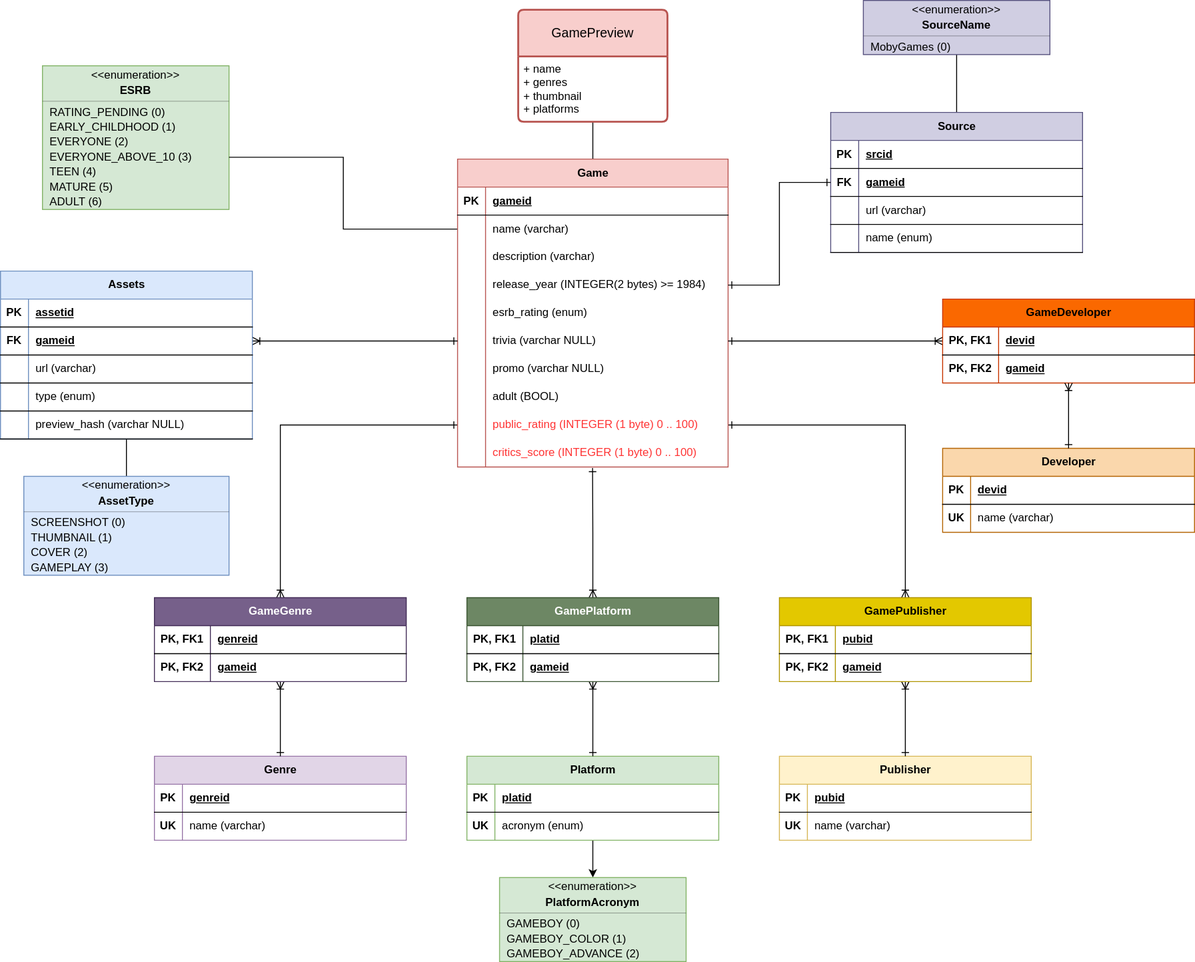
Above: database/schema.svg in freitzzz/gameboy-db-api (draw.io), before the change. Source tidied: cells renumbered, new cells last; positions are measured from the earlier drawing's top-left corner, leaving out a move shared by most shapes.
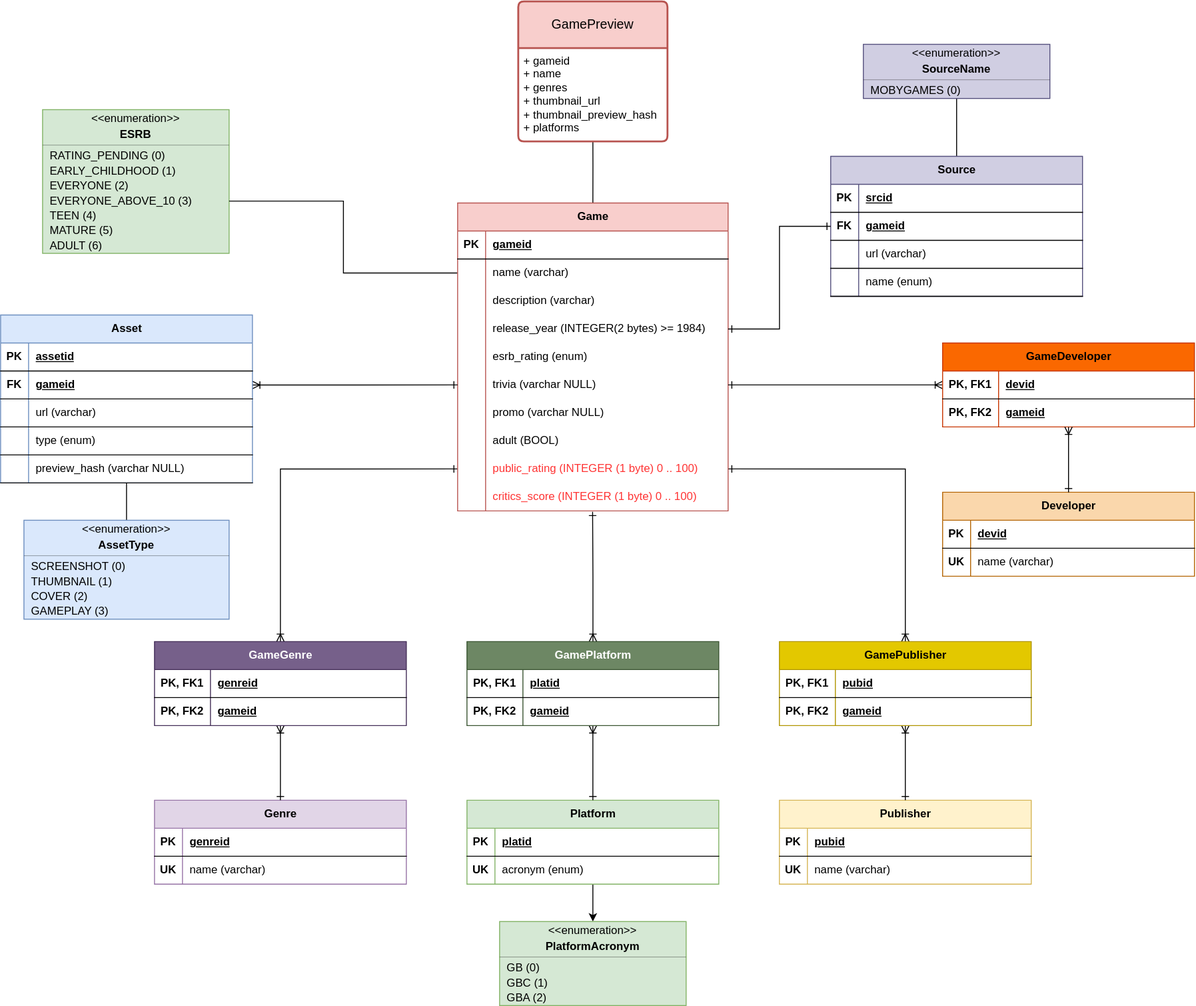
Later version of the same file.

Commit message:
fix: add missing game preview fields

What changed in the source:
```diff
@@ -349,7 +349,7 @@
         </Array>
       </mxGeometry>
     </mxCell>
-    <mxCell id="113" value="Assets" style="shape=table;startSize=30;rowLines=0;fontStyle=1;align=center;html=1;fillColor=#dae8fc;strokeColor=#6c8ebf;" parent="1" vertex="1">
+    <mxCell id="113" value="Asset" style="shape=table;startSize=30;rowLines=0;fontStyle=1;align=center;html=1;fillColor=#dae8fc;strokeColor=#6c8ebf;" parent="1" vertex="1">
       <mxGeometry y="290" width="270" height="180" as="geometry" />
     </mxCell>
     <mxCell id="114" style="shape=tableRow;horizontal=0;startSize=0;swimlaneHead=0;swimlaneBody=0;fillColor=none;top=0;left=0;right=0;bottom=1;" parent="113" vertex="1">
@@ -422,10 +422,10 @@
       <mxGeometry y="90" width="220" height="16" as="geometry" />
     </mxCell>
     <mxCell id="137" value="GamePreview" style="swimlane;horizontal=1;startSize=50;rounded=1;fontSize=14;fontStyle=0;strokeWidth=2;shadow=0;dashed=0;align=center;arcSize=4;whiteSpace=wrap;html=1;fillColor=#f8cecc;strokeColor=#b85450;" parent="1" vertex="1">
-      <mxGeometry x="555" y="10" width="160" height="120" as="geometry" />
+      <mxGeometry x="555" y="-46" width="160" height="150" as="geometry" />
     </mxCell>
-    <mxCell id="138" value="+ name&lt;br&gt;+ genres&lt;br&gt;+ thumbnail&lt;div&gt;+ platforms&lt;/div&gt;" style="align=left;strokeColor=none;fillColor=none;spacingLeft=4;fontSize=12;verticalAlign=top;html=1;" parent="137" vertex="1">
-      <mxGeometry y="50" width="160" height="70" as="geometry" />
+    <mxCell id="138" value="&lt;div&gt;+ gameid&lt;/div&gt;+ name&lt;br&gt;+ genres&lt;br&gt;+ thumbnail_url&lt;div&gt;+ thumbnail_preview_hash&lt;br&gt;&lt;div&gt;+ platforms&lt;/div&gt;&lt;/div&gt;" style="align=left;strokeColor=none;fillColor=none;spacingLeft=4;fontSize=12;verticalAlign=top;html=1;" parent="137" vertex="1">
+      <mxGeometry y="50" width="160" height="100" as="geometry" />
     </mxCell>
     <mxCell id="139" style="edgeStyle=orthogonalEdgeStyle;rounded=0;jettySize=auto;html=1;entryX=0.5;entryY=1;entryDx=0;entryDy=0;endArrow=none;startFill=0;" parent="1" edge="1" source="140" target="165">
       <mxGeometry relative="1" as="geometry" />
@@ -484,13 +484,13 @@
     <mxCell id="157" style="line;strokeWidth=0.25;fillColor=none;align=left;verticalAlign=middle;spacingTop=-1;spacingLeft=3;spacingRight=3;labelPosition=right;" parent="154" vertex="1">
       <mxGeometry y="34" width="200" height="8" as="geometry" />
     </mxCell>
-    <mxCell id="158" value="GAMEBOY (0)" style="html=1;align=left;spacing=0;spacingLeft=8;verticalAlign=middle;strokeColor=none;fillColor=none;whiteSpace=wrap;" parent="154" vertex="1">
+    <mxCell id="158" value="GB (0)" style="html=1;align=left;spacing=0;spacingLeft=8;verticalAlign=middle;strokeColor=none;fillColor=none;whiteSpace=wrap;" parent="154" vertex="1">
       <mxGeometry y="42" width="200" height="16" as="geometry" />
     </mxCell>
-    <mxCell id="159" value="GAMEBOY_COLOR (1)" style="html=1;align=left;spacing=0;spacingLeft=8;verticalAlign=middle;strokeColor=none;fillColor=none;whiteSpace=wrap;" parent="154" vertex="1">
+    <mxCell id="159" value="GBC (1)" style="html=1;align=left;spacing=0;spacingLeft=8;verticalAlign=middle;strokeColor=none;fillColor=none;whiteSpace=wrap;" parent="154" vertex="1">
       <mxGeometry y="58" width="200" height="16" as="geometry" />
     </mxCell>
-    <mxCell id="160" value="GAMEBOY_ADVANCE (2)" style="html=1;align=left;spacing=0;spacingLeft=8;verticalAlign=middle;strokeColor=none;fillColor=none;whiteSpace=wrap;" parent="154" vertex="1">
+    <mxCell id="160" value="GBA (2)" style="html=1;align=left;spacing=0;spacingLeft=8;verticalAlign=middle;strokeColor=none;fillColor=none;whiteSpace=wrap;" parent="154" vertex="1">
       <mxGeometry y="74" width="200" height="16" as="geometry" />
     </mxCell>
     <mxCell id="161" style="fontStyle=1;align=center;verticalAlign=middle;horizontal=1;fillColor=#d0cee2;strokeColor=#56517e;" parent="1" vertex="1">
@@ -505,7 +505,7 @@
     <mxCell id="164" style="line;strokeWidth=0.25;fillColor=none;align=left;verticalAlign=middle;spacingTop=-1;spacingLeft=3;spacingRight=3;labelPosition=right;" parent="161" vertex="1">
       <mxGeometry y="34" width="200" height="8" as="geometry" />
     </mxCell>
-    <mxCell id="165" value="MobyGames (0)" style="html=1;align=left;spacing=0;spacingLeft=8;verticalAlign=middle;strokeColor=none;fillColor=none;whiteSpace=wrap;" parent="161" vertex="1">
+    <mxCell id="165" value="MOBYGAMES (0)" style="html=1;align=left;spacing=0;spacingLeft=8;verticalAlign=middle;strokeColor=none;fillColor=none;whiteSpace=wrap;" parent="161" vertex="1">
       <mxGeometry y="42" width="200" height="16" as="geometry" />
     </mxCell>
   </root>
```
